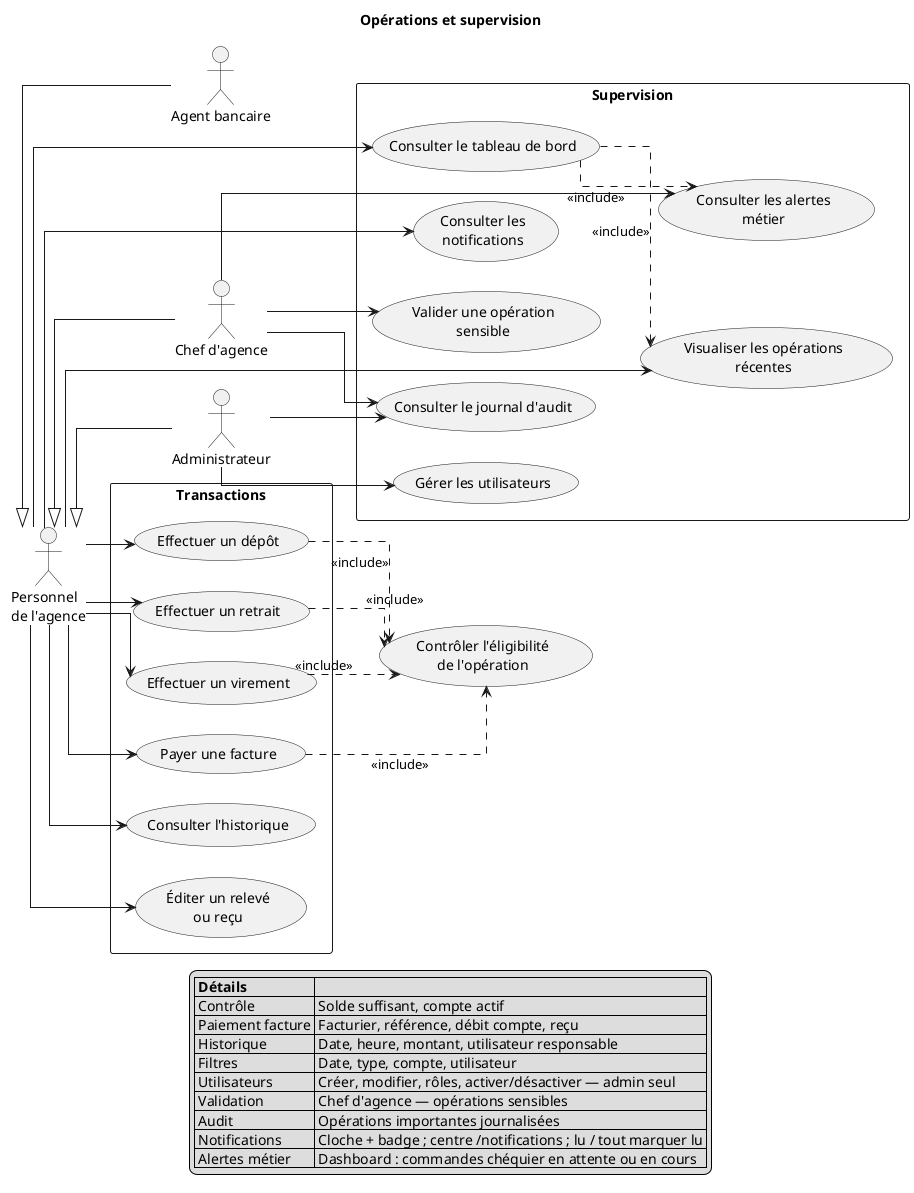
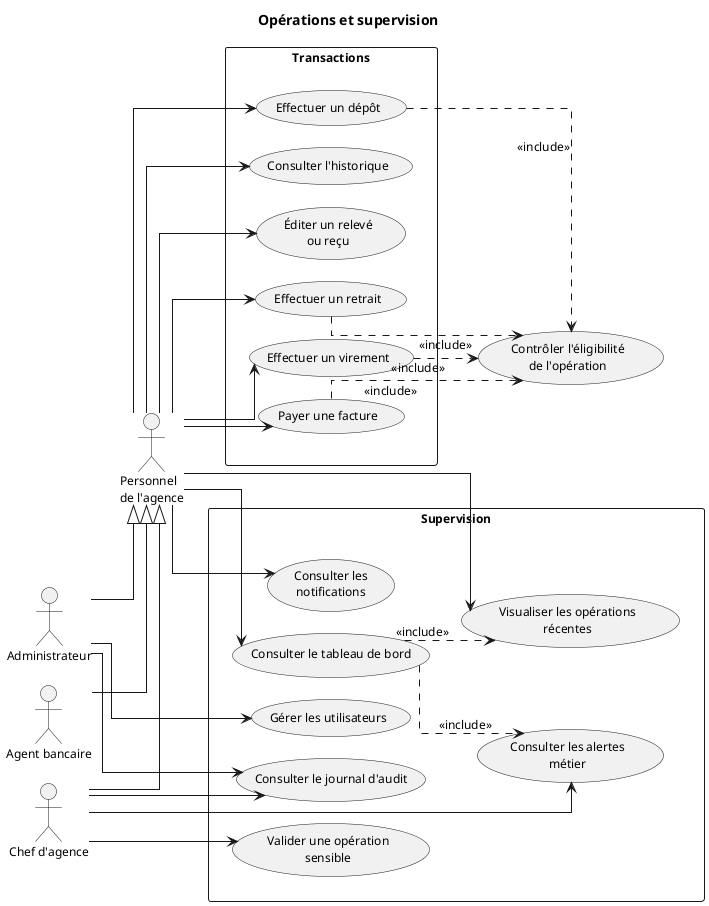
@startuml 02-operations-supervision
left to right direction
skinparam shadowing false
skinparam packageStyle rectangle
- skinparam nodesep 30
- skinparam ranksep 40
+ skinparam nodesep 22
+ skinparam ranksep 28
skinparam linetype ortho
+ skinparam defaultFontSize 12

title Opérations et supervision

actor "Personnel\nde l'agence" as personnel
- 
actor "Administrateur" as admin
actor "Agent bancaire" as agent
actor "Chef d'agence" as chef

- admin -up-|> personnel
- agent -up-|> personnel
- chef -up-|> personnel
+ admin -[hidden]right- agent
+ agent -[hidden]right- chef
+ admin -down-|> personnel
+ agent -down-|> personnel
+ chef -down-|> personnel

- rectangle "Transactions" {
+ rectangle "Transactions" as TX {
  usecase "Effectuer un dépôt" as UC_DEPOT
  usecase "Effectuer un retrait" as UC_RETRAIT
  usecase "Effectuer un virement" as UC_VIREMENT
  usecase "Payer une facture" as UC_BILL
  usecase "Consulter l'historique" as UC_HIST
  usecase "Éditer un relevé\nou reçu" as UC_RELEVE
}

- rectangle "Supervision" {
+ rectangle "Supervision" as SUP {
  usecase "Consulter le tableau de bord" as UC_DASH
  usecase "Visualiser les opérations\nrécentes" as UC_RECENT
  usecase "Consulter les alertes\nmétier" as UC_ALERTS
  usecase "Consulter les\nnotifications" as UC_NOTIF
  usecase "Gérer les utilisateurs" as UC_USERS
  usecase "Consulter le journal d'audit" as UC_AUDIT_VIEW
  usecase "Valider une opération\nsensible" as UC_VALIDATE
}

usecase "Contrôler l'éligibilité\nde l'opération" as UC_CHECK
+ 
+ TX -[hidden]right- SUP
+ SUP -[hidden]right- UC_CHECK

personnel --> UC_DEPOT
personnel --> UC_RETRAIT
personnel --> UC_VIREMENT
personnel --> UC_BILL
personnel --> UC_HIST
personnel --> UC_RELEVE
personnel --> UC_DASH
personnel --> UC_RECENT
personnel --> UC_NOTIF

admin --> UC_USERS
admin --> UC_AUDIT_VIEW
chef --> UC_AUDIT_VIEW
chef --> UC_VALIDATE
chef --> UC_ALERTS

UC_DEPOT ..> UC_CHECK : <<include>>
UC_RETRAIT ..> UC_CHECK : <<include>>
UC_VIREMENT ..> UC_CHECK : <<include>>
UC_BILL ..> UC_CHECK : <<include>>
UC_DASH ..> UC_RECENT : <<include>>
UC_DASH ..> UC_ALERTS : <<include>>

- legend bottom
-   |= Détails |= |
-   | Contrôle | Solde suffisant, compte actif |
-   | Paiement facture | Facturier, référence, débit compte, reçu |
-   | Historique | Date, heure, montant, utilisateur responsable |
-   | Filtres | Date, type, compte, utilisateur |
-   | Utilisateurs | Créer, modifier, rôles, activer/désactiver — admin seul |
-   | Validation | Chef d'agence — opérations sensibles |
-   | Audit | Opérations importantes journalisées |
-   | Notifications | Cloche + badge ; centre /notifications ; lu / tout marquer lu |
-   | Alertes métier | Dashboard : commandes chéquier en attente ou en cours |
- endlegend
- 
@enduml
